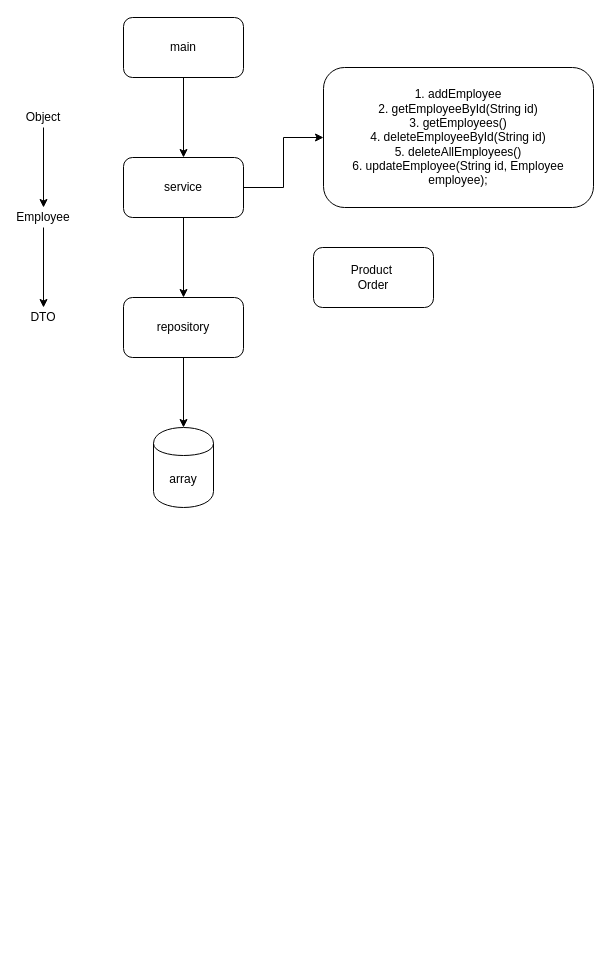
Before: page "Application Flow" (2 of 3) of Untitled Diagram.drawio in abhinandanchivate/landisgyrNotes, a draw.io diagram. Source tidied: cells renumbered, new cells numbered last; positions are measured from the earlier drawing's top-left corner, leaving out a move shared by most shapes. Both pictures are drawn from the tidied source at 100%, with x=0, y=0 at pixel (23, 17).
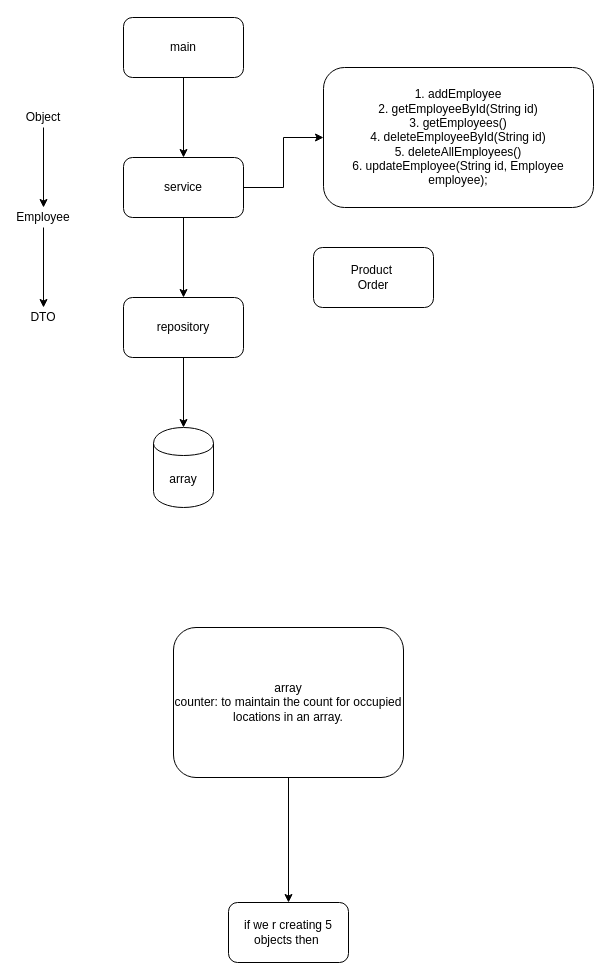
The same page after the edit.

Diff of the diagram source:
```diff
@@
 <mxGraphModel>
   <root>
     <mxCell id="0" />
     <mxCell id="1" parent="0" />
     <mxCell id="2" style="edgeStyle=orthogonalEdgeStyle;rounded=0;jettySize=auto;html=1;" parent="1" edge="1" source="3" target="6">
       <mxGeometry relative="1" as="geometry" />
     </mxCell>
     <mxCell id="3" value="main" style="rounded=1;whiteSpace=wrap;html=1;" parent="1" vertex="1">
       <mxGeometry x="100" width="120" height="60" as="geometry" />
     </mxCell>
     <mxCell id="4" style="edgeStyle=orthogonalEdgeStyle;rounded=0;jettySize=auto;html=1;" parent="1" edge="1" source="6" target="8">
       <mxGeometry relative="1" as="geometry" />
     </mxCell>
     <mxCell id="5" style="edgeStyle=orthogonalEdgeStyle;rounded=0;jettySize=auto;html=1;entryX=0;entryY=0.5;entryDx=0;entryDy=0;" parent="1" edge="1" source="6" target="15">
       <mxGeometry relative="1" as="geometry" />
     </mxCell>
     <mxCell id="6" value="service" style="rounded=1;whiteSpace=wrap;html=1;" parent="1" vertex="1">
       <mxGeometry x="100" y="140" width="120" height="60" as="geometry" />
     </mxCell>
     <mxCell id="7" style="edgeStyle=orthogonalEdgeStyle;rounded=0;jettySize=auto;html=1;" parent="1" edge="1" source="8" target="9">
       <mxGeometry relative="1" as="geometry" />
     </mxCell>
     <mxCell id="8" value="repository" style="rounded=1;whiteSpace=wrap;html=1;" parent="1" vertex="1">
       <mxGeometry x="100" y="280" width="120" height="60" as="geometry" />
     </mxCell>
     <mxCell id="9" value="array" style="shape=cylinder;whiteSpace=wrap;html=1;boundedLbl=1;backgroundOutline=1;rounded=1;" parent="1" vertex="1">
       <mxGeometry x="130" y="410" width="60" height="80" as="geometry" />
     </mxCell>
     <mxCell id="10" style="edgeStyle=orthogonalEdgeStyle;rounded=0;jettySize=auto;html=1;" parent="1" edge="1" source="11" target="13">
       <mxGeometry relative="1" as="geometry" />
     </mxCell>
     <mxCell id="11" value="Object" style="text;html=1;strokeColor=none;fillColor=none;align=center;verticalAlign=middle;whiteSpace=wrap;rounded=0;" parent="1" vertex="1">
       <mxGeometry y="90" width="40" height="20" as="geometry" />
     </mxCell>
     <mxCell id="12" style="edgeStyle=orthogonalEdgeStyle;rounded=0;jettySize=auto;html=1;" parent="1" edge="1" source="13" target="14">
       <mxGeometry relative="1" as="geometry" />
     </mxCell>
     <mxCell id="13" value="Employee" style="text;html=1;strokeColor=none;fillColor=none;align=center;verticalAlign=middle;whiteSpace=wrap;rounded=0;" parent="1" vertex="1">
       <mxGeometry y="190" width="40" height="20" as="geometry" />
     </mxCell>
     <mxCell id="14" value="DTO" style="text;html=1;strokeColor=none;fillColor=none;align=center;verticalAlign=middle;whiteSpace=wrap;rounded=0;" parent="1" vertex="1">
       <mxGeometry y="290" width="40" height="20" as="geometry" />
     </mxCell>
     <mxCell id="15" value="1. addEmployee&lt;br&gt;2. getEmployeeById(String id)&lt;br&gt;3. getEmployees()&lt;br&gt;4. deleteEmployeeById(String id)&lt;br&gt;5. deleteAllEmployees()&lt;br&gt;6. updateEmployee(String id, Employee employee);" style="rounded=1;whiteSpace=wrap;html=1;" parent="1" vertex="1">
       <mxGeometry x="300" y="50" width="270" height="140" as="geometry" />
     </mxCell>
     <mxCell id="16" value="Product&amp;nbsp;&lt;br&gt;Order" style="rounded=1;whiteSpace=wrap;html=1;" parent="1" vertex="1">
       <mxGeometry x="290" y="230" width="120" height="60" as="geometry" />
     </mxCell>
+    <mxCell id="17" style="edgeStyle=orthogonalEdgeStyle;rounded=0;jettySize=auto;html=1;" parent="1" edge="1" source="18" target="19">
+      <mxGeometry relative="1" as="geometry" />
+    </mxCell>
+    <mxCell id="18" value="array&lt;br&gt;counter: to maintain the count for occupied locations in an array." style="rounded=1;whiteSpace=wrap;html=1;" parent="1" vertex="1">
+      <mxGeometry x="150" y="610" width="230" height="150" as="geometry" />
+    </mxCell>
+    <mxCell id="19" value="if we r creating 5 objects then&amp;nbsp;" style="whiteSpace=wrap;html=1;rounded=1;" parent="1" vertex="1">
+      <mxGeometry x="205" y="885" width="120" height="60" as="geometry" />
+    </mxCell>
   </root>
 </mxGraphModel>
```
